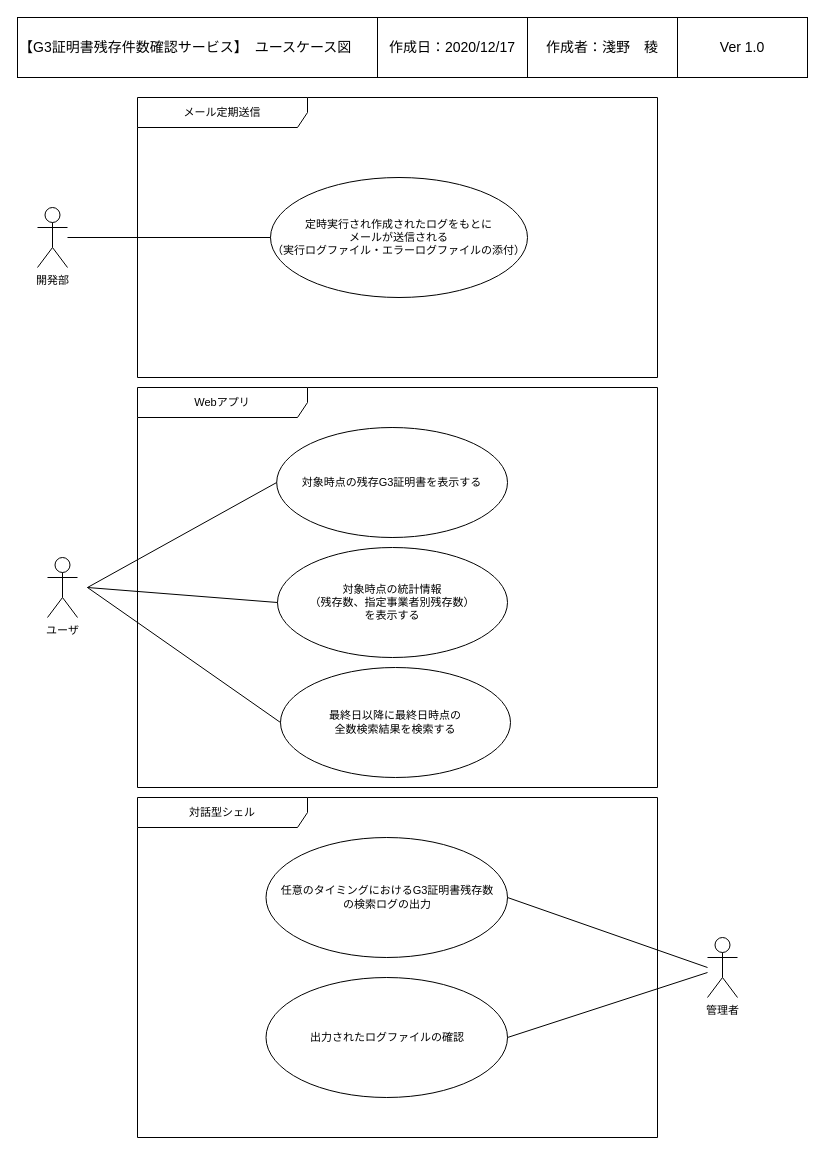
Earlier version of the draw.io diagram page "ユースケース図" (4 of 6) of UMLDiagram.drawio (r-asano/kaihatsubuKenshu). Source tidied: cells renumbered, new cells numbered last; positions are measured from the earlier drawing's top-left corner, leaving out a move shared by most shapes. Both pictures are drawn from the tidied source at 100%, with x=0, y=0 at pixel (17, 17).
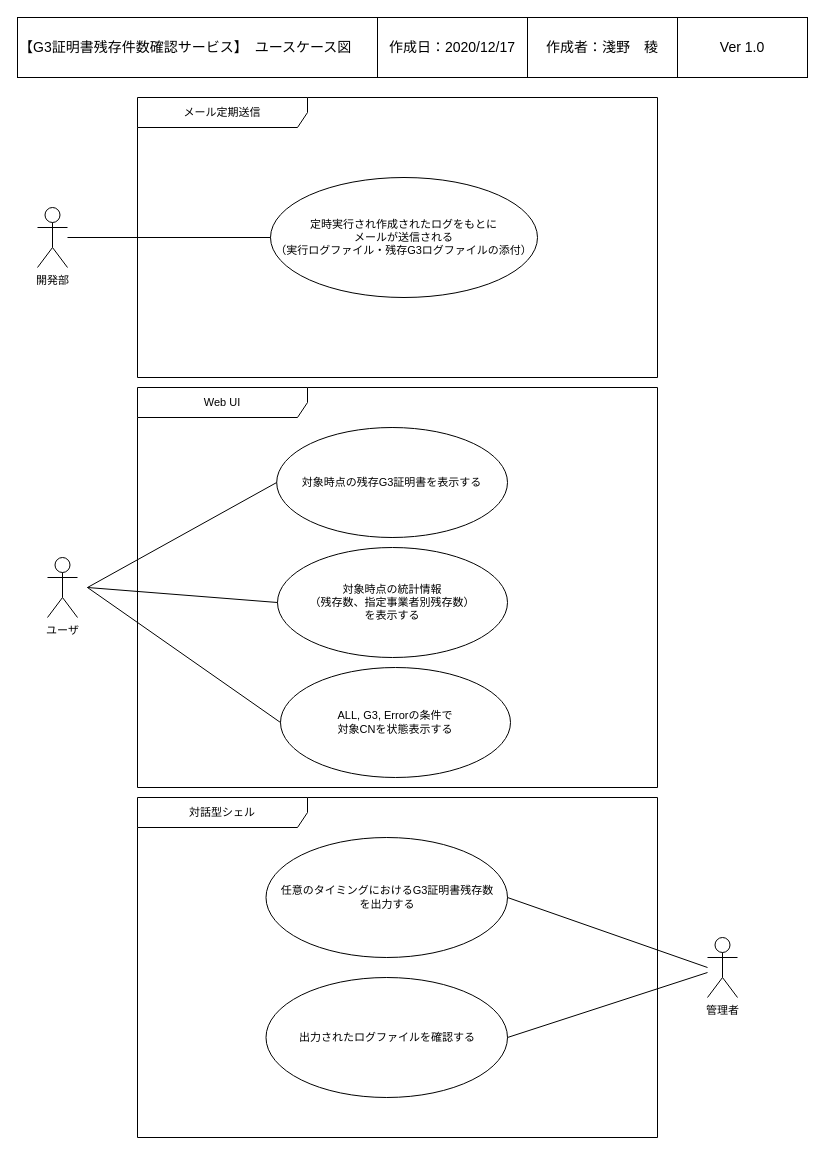
Above is the later version.

The edit, as a diff of the source:
```diff
@@
-    <mxCell id="5" value="Webアプリ" style="shape=umlFrame;whiteSpace=wrap;html=1;width=170;height=30;fontSize=11;" parent="1" vertex="1">
+    <mxCell id="5" value="Web UI" style="shape=umlFrame;whiteSpace=wrap;html=1;width=170;height=30;fontSize=11;" parent="1" vertex="1">
       <mxGeometry x="120" y="370" width="520" height="400" as="geometry" />
     </mxCell>
-    <mxCell id="6" value="&lt;div style=&quot;font-size: 11px;&quot;&gt;定時実行され作成されたログをもとに&lt;/div&gt;&lt;div style=&quot;font-size: 11px;&quot;&gt;メールが送信される&lt;/div&gt;&lt;div style=&quot;font-size: 11px;&quot;&gt;（実行ログファイル・エラーログファイルの添付）&lt;br style=&quot;font-size: 11px;&quot;&gt;&lt;/div&gt;" style="ellipse;whiteSpace=wrap;html=1;fontSize=11;" parent="1" vertex="1">
-      <mxGeometry x="253" y="160" width="257" height="120" as="geometry" />
+    <mxCell id="6" value="&lt;div style=&quot;font-size: 11px&quot;&gt;定時実行され作成されたログをもとに&lt;/div&gt;&lt;div style=&quot;font-size: 11px&quot;&gt;メールが送信される&lt;/div&gt;&lt;div style=&quot;font-size: 11px&quot;&gt;（実行ログファイル・残存G3ログファイルの添付）&lt;br style=&quot;font-size: 11px&quot;&gt;&lt;/div&gt;" style="ellipse;whiteSpace=wrap;html=1;fontSize=11;" parent="1" vertex="1">
+      <mxGeometry x="253" y="160" width="267" height="120" as="geometry" />
     </mxCell>
@@
-    <mxCell id="12" value="&lt;div style=&quot;font-size: 11px&quot;&gt;任意のタイミングにおけるG3証明書残存数&lt;/div&gt;&lt;div style=&quot;font-size: 11px&quot;&gt;の検索ログの出力&lt;/div&gt;" style="ellipse;whiteSpace=wrap;html=1;fontSize=11;" parent="1" vertex="1">
+    <mxCell id="12" value="&lt;div style=&quot;font-size: 11px&quot;&gt;任意のタイミングにおけるG3証明書残存数&lt;/div&gt;&lt;div style=&quot;font-size: 11px&quot;&gt;を出力する&lt;br&gt;&lt;/div&gt;" style="ellipse;whiteSpace=wrap;html=1;fontSize=11;" parent="1" vertex="1">
       <mxGeometry x="248.5" y="820" width="241.5" height="120" as="geometry" />
     </mxCell>
-    <mxCell id="13" value="&lt;div style=&quot;font-size: 11px;&quot;&gt;最終日以降に最終日時点の&lt;/div&gt;&lt;div style=&quot;font-size: 11px;&quot;&gt;全数検索結果を検索する&lt;/div&gt;" style="ellipse;whiteSpace=wrap;html=1;fontSize=11;" parent="1" vertex="1">
+    <mxCell id="13" value="&lt;div&gt;ALL, G3, Errorの条件で&lt;/div&gt;&lt;div&gt;対象CNを状態表示する&lt;br&gt;&lt;/div&gt;" style="ellipse;whiteSpace=wrap;html=1;fontSize=11;" parent="1" vertex="1">
       <mxGeometry x="263" y="650" width="230" height="110" as="geometry" />
     </mxCell>
@@
-    <mxCell id="21" value="出力されたログファイルの確認" style="ellipse;whiteSpace=wrap;html=1;fontSize=11;" parent="1" vertex="1">
+    <mxCell id="21" value="出力されたログファイルを確認する" style="ellipse;whiteSpace=wrap;html=1;fontSize=11;" parent="1" vertex="1">
       <mxGeometry x="248.5" y="960" width="241.5" height="120" as="geometry" />
     </mxCell>
```
